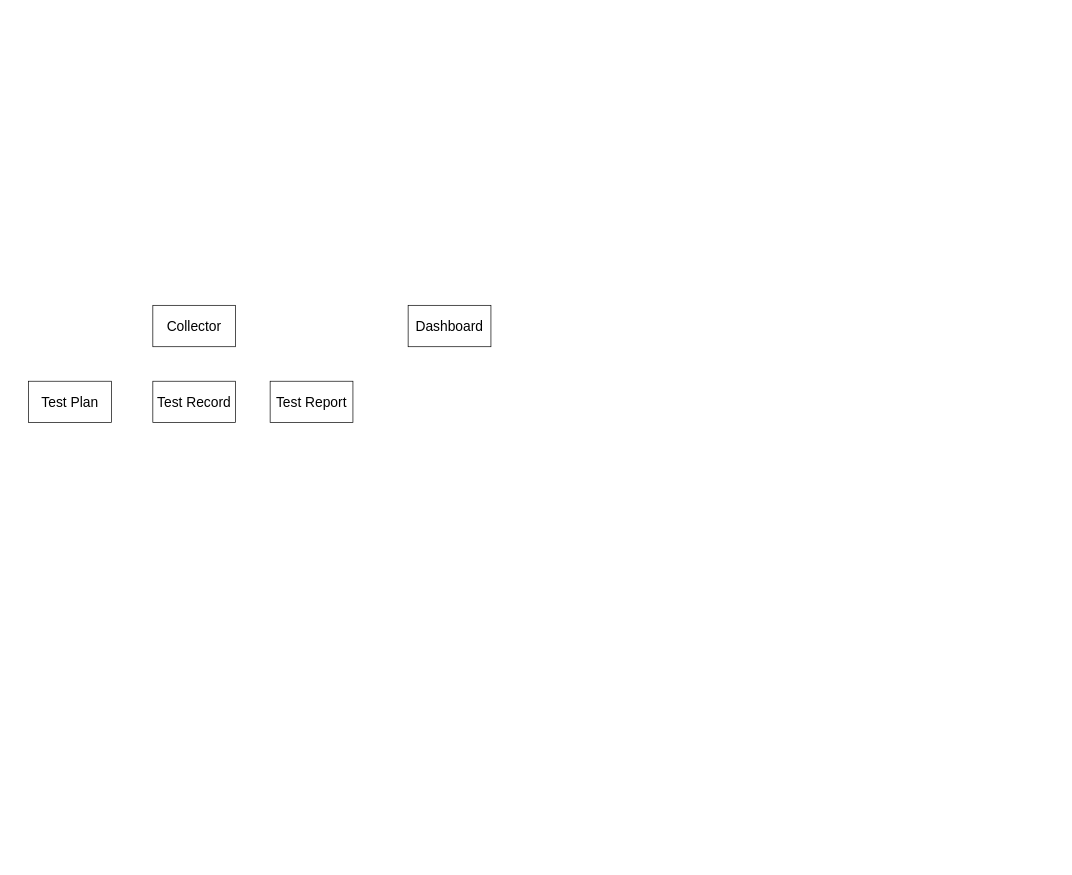
Before: Field_Test_App.drawio in sphynxlee/flutterPlayground, a draw.io diagram. Source tidied: cells renumbered, new cells numbered last; positions are measured from the earlier drawing's top-left corner, leaving out a move shared by most shapes. Both pictures are drawn from the tidied source at 69%, with x=0, y=0 at pixel (28, 305).
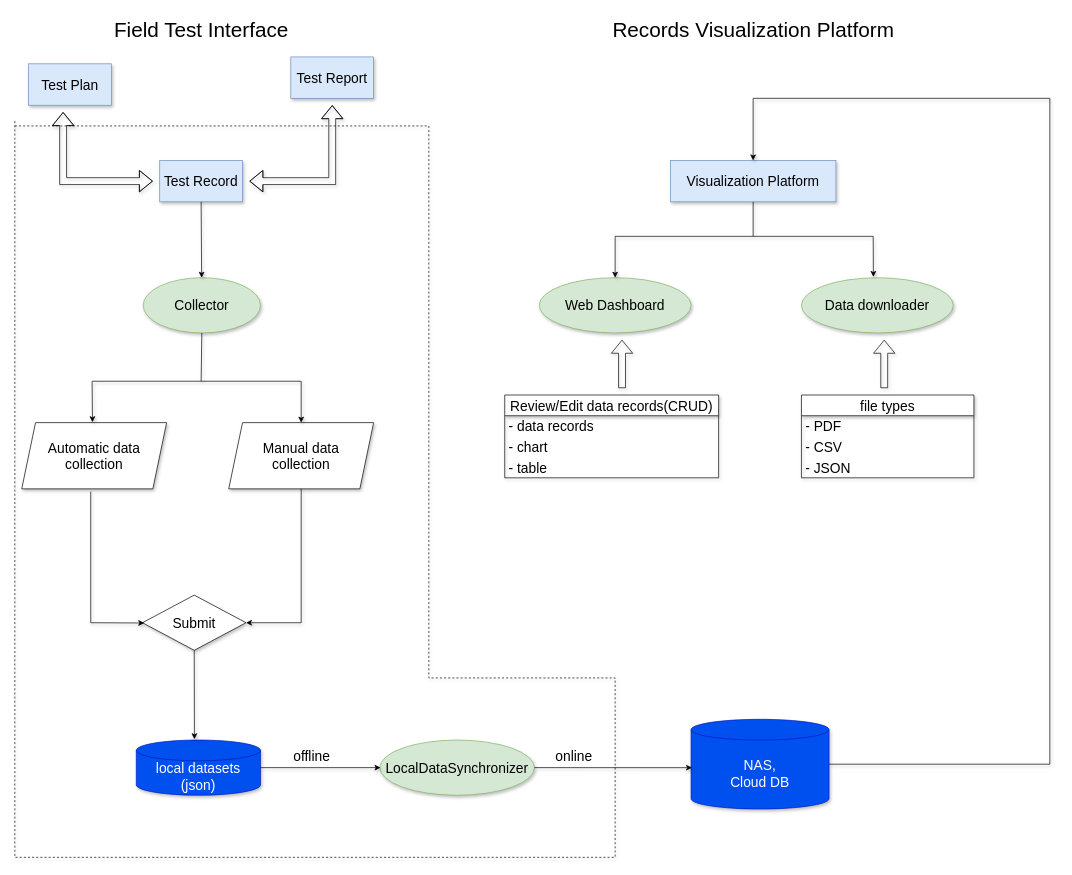
Above is the later version.

The edit, as a diff of the source:
```diff
@@
-    <mxCell id="2" value="Collector" style="rounded=0;whiteSpace=wrap;html=1;fontSize=20;" parent="1" vertex="1">
-      <mxGeometry x="180" width="120" height="60" as="geometry" />
-    </mxCell>
-    <mxCell id="3" value="Dashboard" style="rounded=0;whiteSpace=wrap;html=1;fontSize=20;" parent="1" vertex="1">
-      <mxGeometry x="550" width="120" height="60" as="geometry" />
+    <mxCell id="3" value="Visualization Platform" style="rounded=0;whiteSpace=wrap;html=1;fontSize=20;shadow=1;fillColor=#dae8fc;strokeColor=#6c8ebf;" parent="1" vertex="1">
+      <mxGeometry x="930" y="-210" width="240" height="60" as="geometry" />
     </mxCell>
-    <mxCell id="4" value="Test Plan" style="rounded=0;whiteSpace=wrap;html=1;fontSize=20;" parent="1" vertex="1">
-      <mxGeometry y="110" width="120" height="60" as="geometry" />
+    <mxCell id="4" value="Test Plan" style="rounded=0;whiteSpace=wrap;html=1;fontSize=20;shadow=1;fillColor=#dae8fc;strokeColor=#6c8ebf;" parent="1" vertex="1">
+      <mxGeometry y="-350" width="120" height="60" as="geometry" />
     </mxCell>
-    <mxCell id="5" value="Test Record" style="rounded=0;whiteSpace=wrap;html=1;fontSize=20;" parent="1" vertex="1">
-      <mxGeometry x="180" y="110" width="120" height="60" as="geometry" />
+    <mxCell id="5" value="Test Record" style="rounded=0;whiteSpace=wrap;html=1;fontSize=20;shadow=1;fillColor=#dae8fc;strokeColor=#6c8ebf;" parent="1" vertex="1">
+      <mxGeometry x="190" y="-210" width="120" height="60" as="geometry" />
     </mxCell>
-    <mxCell id="6" value="Test Report" style="rounded=0;whiteSpace=wrap;html=1;fontSize=20;" parent="1" vertex="1">
-      <mxGeometry x="350" y="110" width="120" height="60" as="geometry" />
+    <mxCell id="6" value="Test Report" style="rounded=0;whiteSpace=wrap;html=1;fontSize=20;shadow=1;fillColor=#dae8fc;strokeColor=#6c8ebf;" parent="1" vertex="1">
+      <mxGeometry x="380" y="-360" width="120" height="60" as="geometry" />
     </mxCell>
+    <mxCell id="2" value="Collector" style="ellipse;whiteSpace=wrap;html=1;fontSize=20;shadow=1;fillColor=#d5e8d4;strokeColor=#82b366;" parent="1" vertex="1">
+      <mxGeometry x="166" y="-40" width="170" height="80" as="geometry" />
+    </mxCell>
+    <mxCell id="7" value="NAS,&lt;br&gt;Cloud DB" style="shape=cylinder3;whiteSpace=wrap;html=1;boundedLbl=1;backgroundOutline=1;size=15;fontSize=20;shadow=1;fillColor=#0050ef;fontColor=#ffffff;strokeColor=#001DBC;" parent="1" vertex="1">
+      <mxGeometry x="960" y="600" width="200" height="130" as="geometry" />
+    </mxCell>
+    <mxCell id="8" value="local datasets&lt;br&gt;(json)" style="shape=cylinder3;whiteSpace=wrap;html=1;boundedLbl=1;backgroundOutline=1;size=15;fontSize=20;shadow=1;fillColor=#0050ef;fontColor=#ffffff;strokeColor=#001DBC;" parent="1" vertex="1">
+      <mxGeometry x="156" y="630" width="180" height="80" as="geometry" />
+    </mxCell>
+    <mxCell id="9" value="LocalDataSynchronizer" style="ellipse;whiteSpace=wrap;html=1;fontSize=20;shadow=1;fillColor=#d5e8d4;strokeColor=#82b366;" parent="1" vertex="1">
+      <mxGeometry x="509" y="630" width="224" height="80" as="geometry" />
+    </mxCell>
+    <mxCell id="10" value="Automatic data&lt;br&gt;collection" style="shape=parallelogram;perimeter=parallelogramPerimeter;whiteSpace=wrap;html=1;fixedSize=1;fontSize=20;shadow=1;" parent="1" vertex="1">
+      <mxGeometry x="-10" y="170" width="210" height="96" as="geometry" />
+    </mxCell>
+    <mxCell id="11" value="Manual data&lt;br&gt;collection" style="shape=parallelogram;perimeter=parallelogramPerimeter;whiteSpace=wrap;html=1;fixedSize=1;fontSize=20;shadow=1;" parent="1" vertex="1">
+      <mxGeometry x="290" y="170" width="210" height="96" as="geometry" />
+    </mxCell>
+    <mxCell id="12" value="Submit" style="rhombus;whiteSpace=wrap;html=1;fontSize=20;shadow=1;" parent="1" vertex="1">
+      <mxGeometry x="165" y="420" width="150" height="80" as="geometry" />
+    </mxCell>
+    <mxCell id="13" style="endArrow=classic;html=1;rounded=0;exitX=0.5;exitY=1;exitDx=0;exitDy=0;shadow=1;" parent="1" edge="1" source="5" target="2">
+      <mxGeometry relative="1" as="geometry" />
+    </mxCell>
+    <mxCell id="14" style="endArrow=classic;html=1;rounded=0;exitX=0.5;exitY=1;exitDx=0;exitDy=0;entryX=0.5;entryY=0;entryDx=0;entryDy=0;shadow=1;" parent="1" edge="1" source="2" target="11">
+      <mxGeometry relative="1" as="geometry">
+        <Array as="points">
+          <mxPoint x="250" y="110" />
+          <mxPoint x="395" y="110" />
+        </Array>
+      </mxGeometry>
+    </mxCell>
+    <mxCell id="15" style="endArrow=classic;html=1;rounded=0;entryX=0.488;entryY=-0.007;entryDx=0;entryDy=0;entryPerimeter=0;shadow=1;" parent="1" edge="1" target="10">
+      <mxGeometry relative="1" as="geometry">
+        <mxPoint x="250" y="110" as="sourcePoint" />
+        <Array as="points">
+          <mxPoint x="92" y="110" />
+        </Array>
+      </mxGeometry>
+    </mxCell>
+    <mxCell id="16" style="endArrow=classic;html=1;rounded=0;entryX=0.017;entryY=0.505;entryDx=0;entryDy=0;entryPerimeter=0;shadow=1;" parent="1" edge="1" target="12">
+      <mxGeometry relative="1" as="geometry">
+        <mxPoint x="90" y="270" as="sourcePoint" />
+        <Array as="points">
+          <mxPoint x="90" y="460" />
+        </Array>
+      </mxGeometry>
+    </mxCell>
+    <mxCell id="17" style="endArrow=classic;html=1;rounded=0;exitX=0.5;exitY=1;exitDx=0;exitDy=0;entryX=1;entryY=0.5;entryDx=0;entryDy=0;shadow=1;" parent="1" edge="1" source="11" target="12">
+      <mxGeometry relative="1" as="geometry">
+        <Array as="points">
+          <mxPoint x="395" y="460" />
+        </Array>
+      </mxGeometry>
+    </mxCell>
+    <mxCell id="18" style="endArrow=classic;html=1;rounded=0;entryX=0.468;entryY=-0.015;entryDx=0;entryDy=0;entryPerimeter=0;exitX=0.5;exitY=1;exitDx=0;exitDy=0;shadow=1;" parent="1" edge="1" source="12" target="8">
+      <mxGeometry relative="1" as="geometry" />
+    </mxCell>
+    <mxCell id="19" style="endArrow=classic;html=1;rounded=0;exitX=1;exitY=0.5;exitDx=0;exitDy=0;exitPerimeter=0;shadow=1;" parent="1" edge="1" source="8">
+      <mxGeometry relative="1" as="geometry">
+        <mxPoint x="510" y="670" as="targetPoint" />
+      </mxGeometry>
+    </mxCell>
+    <mxCell id="20" style="endArrow=classic;html=1;rounded=0;entryX=0.007;entryY=0.539;entryDx=0;entryDy=0;entryPerimeter=0;exitX=1;exitY=0.5;exitDx=0;exitDy=0;shadow=1;" parent="1" edge="1" source="9" target="7">
+      <mxGeometry relative="1" as="geometry" />
+    </mxCell>
+    <mxCell id="21" value="&lt;font style=&quot;font-size: 20px;&quot;&gt;online&lt;/font&gt;" style="text;html=1;align=center;verticalAlign=middle;strokeColor=none;fillColor=none;shadow=1;" parent="1" vertex="1">
+      <mxGeometry x="750" y="633" width="80" height="40" as="geometry" />
+    </mxCell>
+    <mxCell id="22" value="&lt;font style=&quot;font-size: 20px;&quot;&gt;offline&lt;/font&gt;" style="text;html=1;align=center;verticalAlign=middle;strokeColor=none;fillColor=none;shadow=1;" parent="1" vertex="1">
+      <mxGeometry x="370" y="633" width="80" height="40" as="geometry" />
+    </mxCell>
+    <mxCell id="23" value="Web Dashboard" style="ellipse;whiteSpace=wrap;html=1;fontSize=20;shadow=1;fillColor=#d5e8d4;strokeColor=#82b366;" parent="1" vertex="1">
+      <mxGeometry x="740" y="-40" width="220" height="80" as="geometry" />
+    </mxCell>
+    <mxCell id="24" value="Data downloader" style="ellipse;whiteSpace=wrap;html=1;fontSize=20;shadow=1;fillColor=#d5e8d4;strokeColor=#82b366;" parent="1" vertex="1">
+      <mxGeometry x="1120" y="-40" width="220" height="80" as="geometry" />
+    </mxCell>
+    <mxCell id="25" value="Review/Edit data records(CRUD)" style="swimlane;fontStyle=0;horizontal=1;startSize=30;whiteSpace=wrap;html=1;fontSize=20;shadow=1;" parent="1" vertex="1">
+      <mxGeometry x="690" y="130" width="310" height="120" as="geometry" />
+    </mxCell>
+    <mxCell id="26" value="- data records" style="text;strokeColor=none;fillColor=none;align=left;verticalAlign=middle;spacingLeft=4;spacingRight=4;overflow=hidden;whiteSpace=wrap;html=1;fontSize=20;shadow=1;" parent="25" vertex="1">
+      <mxGeometry y="30" width="310" height="30" as="geometry" />
+    </mxCell>
+    <mxCell id="27" value="- chart" style="text;strokeColor=none;fillColor=none;align=left;verticalAlign=middle;spacingLeft=4;spacingRight=4;overflow=hidden;whiteSpace=wrap;html=1;fontSize=20;shadow=1;" parent="25" vertex="1">
+      <mxGeometry y="60" width="310" height="30" as="geometry" />
+    </mxCell>
+    <mxCell id="28" value="- table" style="text;strokeColor=none;fillColor=none;align=left;verticalAlign=middle;spacingLeft=4;spacingRight=4;overflow=hidden;whiteSpace=wrap;html=1;fontSize=20;shadow=1;" parent="25" vertex="1">
+      <mxGeometry y="90" width="310" height="30" as="geometry" />
+    </mxCell>
+    <mxCell id="29" value="file types" style="swimlane;fontStyle=0;horizontal=1;startSize=30;whiteSpace=wrap;html=1;fontSize=20;shadow=1;" parent="1" vertex="1">
+      <mxGeometry x="1120" y="130" width="250" height="120" as="geometry" />
+    </mxCell>
+    <mxCell id="30" value="- PDF" style="text;strokeColor=none;fillColor=none;align=left;verticalAlign=middle;spacingLeft=4;spacingRight=4;overflow=hidden;whiteSpace=wrap;html=1;fontSize=20;shadow=1;" parent="29" vertex="1">
+      <mxGeometry y="30" width="250" height="30" as="geometry" />
+    </mxCell>
+    <mxCell id="31" value="- CSV" style="text;strokeColor=none;fillColor=none;align=left;verticalAlign=middle;spacingLeft=4;spacingRight=4;overflow=hidden;whiteSpace=wrap;html=1;fontSize=20;shadow=1;" parent="29" vertex="1">
+      <mxGeometry y="60" width="250" height="30" as="geometry" />
+    </mxCell>
+    <mxCell id="32" value="- JSON" style="text;strokeColor=none;fillColor=none;align=left;verticalAlign=middle;spacingLeft=4;spacingRight=4;overflow=hidden;whiteSpace=wrap;html=1;fontSize=20;shadow=1;" parent="29" vertex="1">
+      <mxGeometry y="90" width="250" height="30" as="geometry" />
+    </mxCell>
+    <mxCell id="33" style="endArrow=classic;html=1;rounded=0;exitX=1;exitY=0.5;exitDx=0;exitDy=0;exitPerimeter=0;entryX=0.5;entryY=0;entryDx=0;entryDy=0;shadow=1;" parent="1" edge="1" source="7" target="3">
+      <mxGeometry relative="1" as="geometry">
+        <Array as="points">
+          <mxPoint x="1480" y="665" />
+          <mxPoint x="1480" y="-300" />
+          <mxPoint x="1050" y="-300" />
+        </Array>
+      </mxGeometry>
+    </mxCell>
+    <mxCell id="34" style="endArrow=none;dashed=1;html=1;rounded=0;shadow=1;" parent="1" edge="1">
+      <mxGeometry relative="1" as="geometry">
+        <mxPoint x="-20" y="-260" as="sourcePoint" />
+        <mxPoint x="-20" y="-270" as="targetPoint" />
+        <Array as="points">
+          <mxPoint x="580" y="-260" />
+          <mxPoint x="580" y="540" />
+          <mxPoint x="850" y="540" />
+          <mxPoint x="850" y="800" />
+          <mxPoint x="-20" y="800" />
+        </Array>
+      </mxGeometry>
+    </mxCell>
+    <mxCell id="35" style="shape=flexArrow;endArrow=classic;startArrow=classic;html=1;rounded=0;shadow=1;" parent="1" edge="1">
+      <mxGeometry relative="1" as="geometry">
+        <mxPoint x="320" y="-180" as="sourcePoint" />
+        <mxPoint x="440" y="-290" as="targetPoint" />
+        <Array as="points">
+          <mxPoint x="440" y="-180" />
+        </Array>
+      </mxGeometry>
+    </mxCell>
+    <mxCell id="36" style="shape=flexArrow;endArrow=classic;startArrow=classic;html=1;rounded=0;shadow=1;" parent="1" edge="1">
+      <mxGeometry relative="1" as="geometry">
+        <mxPoint x="180" y="-180" as="sourcePoint" />
+        <mxPoint x="50" y="-280" as="targetPoint" />
+        <Array as="points">
+          <mxPoint x="50" y="-180" />
+        </Array>
+      </mxGeometry>
+    </mxCell>
+    <mxCell id="37" style="shape=flexArrow;endArrow=classic;html=1;rounded=0;shadow=1;" parent="1" edge="1">
+      <mxGeometry relative="1" as="geometry">
+        <mxPoint x="860" y="120" as="sourcePoint" />
+        <mxPoint x="860" y="50" as="targetPoint" />
+      </mxGeometry>
+    </mxCell>
+    <mxCell id="38" style="shape=flexArrow;endArrow=classic;html=1;rounded=0;shadow=1;" parent="1" edge="1">
+      <mxGeometry relative="1" as="geometry">
+        <mxPoint x="1240" y="120" as="sourcePoint" />
+        <mxPoint x="1240" y="50" as="targetPoint" />
+      </mxGeometry>
+    </mxCell>
+    <mxCell id="39" style="endArrow=classic;html=1;rounded=0;exitX=0.5;exitY=1;exitDx=0;exitDy=0;entryX=0.474;entryY=-0.015;entryDx=0;entryDy=0;entryPerimeter=0;shadow=1;" parent="1" edge="1" source="3" target="24">
+      <mxGeometry relative="1" as="geometry">
+        <Array as="points">
+          <mxPoint x="1050" y="-100" />
+          <mxPoint x="1224" y="-100" />
+        </Array>
+      </mxGeometry>
+    </mxCell>
+    <mxCell id="40" style="endArrow=classic;html=1;rounded=0;entryX=0.5;entryY=0;entryDx=0;entryDy=0;shadow=1;" parent="1" edge="1" target="23">
+      <mxGeometry relative="1" as="geometry">
+        <mxPoint x="1050" y="-100" as="sourcePoint" />
+        <Array as="points">
+          <mxPoint x="850" y="-100" />
+        </Array>
+      </mxGeometry>
+    </mxCell>
+    <mxCell id="41" value="&lt;font style=&quot;font-size: 30px;&quot;&gt;Field Test Interface&lt;/font&gt;" style="text;html=1;align=center;verticalAlign=middle;strokeColor=none;fillColor=none;" parent="1" vertex="1">
+      <mxGeometry x="110" y="-425" width="280" height="50" as="geometry" />
+    </mxCell>
+    <mxCell id="42" value="&lt;font style=&quot;font-size: 30px;&quot;&gt;Records Visualization Platform&lt;/font&gt;" style="text;html=1;align=center;verticalAlign=middle;strokeColor=none;fillColor=none;" parent="1" vertex="1">
+      <mxGeometry x="835" y="-425" width="430" height="50" as="geometry" />
+    </mxCell>
```
